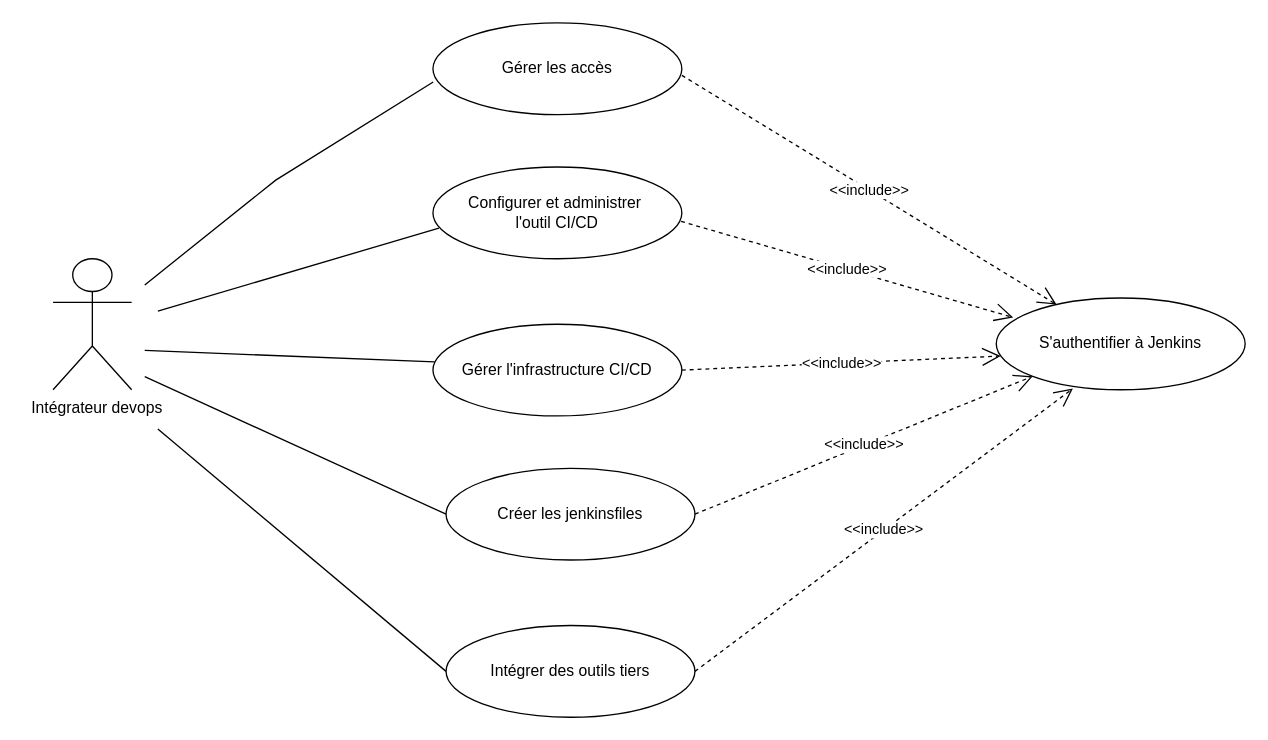
Earlier version of the draw.io diagram page "Page-4" (11 of 13) of Diagramme sans nom.drawio (EmiraDga/CanvasAnimation). Source tidied: cells renumbered, new cells numbered last; positions are measured from the earlier drawing's top-left corner, leaving out a move shared by most shapes. Both pictures are drawn from the tidied source at 131%, with x=0, y=0 at pixel (52, 22).
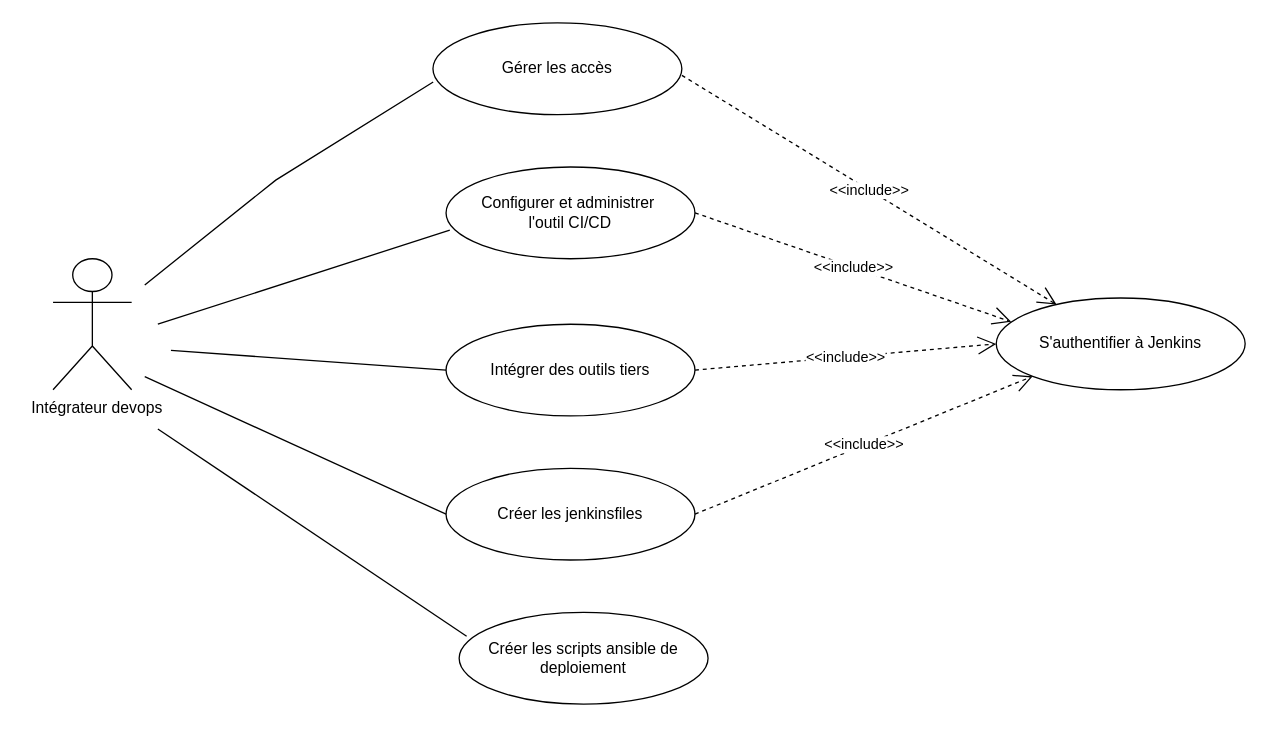
Above is the later version.

The change refers to these unchanged cells:
```xml
<mxCell id="5" value="Créer les jenkinsfiles" style="ellipse;whiteSpace=wrap;html=1;" parent="1" vertex="1">
  <mxGeometry x="300" y="340" width="190" height="70" as="geometry" />
</mxCell>
<mxCell id="6" value="Gérer les accès" style="ellipse;whiteSpace=wrap;html=1;" parent="1" vertex="1">
  <mxGeometry x="290" width="190" height="70" as="geometry" />
</mxCell>
<mxCell id="8" value="S'authentifier à Jenkins" style="ellipse;whiteSpace=wrap;html=1;" parent="1" vertex="1">
  <mxGeometry x="720" y="210" width="190" height="70" as="geometry" />
</mxCell>
```

The edit, as a diff of the source:
```diff
@@
-    <mxCell id="3" value="Gérer l'infrastructure CI/CD" style="ellipse;whiteSpace=wrap;html=1;" parent="1" vertex="1">
-      <mxGeometry x="290" y="230" width="190" height="70" as="geometry" />
+    <mxCell id="3" value="Créer les scripts ansible de deploiement" style="ellipse;whiteSpace=wrap;html=1;" parent="1" vertex="1">
+      <mxGeometry x="310" y="450" width="190" height="70" as="geometry" />
     </mxCell>
     <mxCell id="4" value="&lt;div&gt;Configurer et administrer&amp;nbsp;&lt;/div&gt;&lt;div&gt;l'outil CI/CD&lt;/div&gt;" style="ellipse;whiteSpace=wrap;html=1;" parent="1" vertex="1">
-      <mxGeometry x="290" y="110" width="190" height="70" as="geometry" />
+      <mxGeometry x="300" y="110" width="190" height="70" as="geometry" />
     </mxCell>
@@
     <mxCell id="7" value="Intégrer des outils tiers" style="ellipse;whiteSpace=wrap;html=1;" parent="1" vertex="1">
-      <mxGeometry x="300" y="460" width="190" height="70" as="geometry" />
+      <mxGeometry x="300" y="230" width="190" height="70" as="geometry" />
     </mxCell>
@@
+    <mxCell id="12" value="&amp;lt;&amp;lt;include&amp;gt;&amp;gt;" style="endArrow=open;endSize=12;dashed=1;html=1;rounded=0;exitX=1;exitY=0.5;exitDx=0;exitDy=0;entryX=0;entryY=1;entryDx=0;entryDy=0;" parent="1" edge="1" source="5" target="8">
+      <mxGeometry relative="1" as="geometry" />
+    </mxCell>
+    <mxCell id="14" style="endArrow=none;html=1;rounded=0;entryX=0.001;entryY=0.644;entryDx=0;entryDy=0;entryPerimeter=0;" parent="1" edge="1" target="6">
+      <mxGeometry relative="1" as="geometry">
+        <mxPoint x="70" y="200" as="sourcePoint" />
+        <Array as="points">
+          <mxPoint x="170" y="120" />
+        </Array>
+      </mxGeometry>
+    </mxCell>
+    <mxCell id="17" style="endArrow=none;html=1;rounded=0;entryX=0;entryY=0.5;entryDx=0;entryDy=0;" parent="1" edge="1" target="5">
+      <mxGeometry relative="1" as="geometry">
+        <mxPoint x="70" y="270" as="sourcePoint" />
+      </mxGeometry>
+    </mxCell>
+    <mxCell id="19" style="endArrow=none;html=1;rounded=0;entryX=0.015;entryY=0.688;entryDx=0;entryDy=0;entryPerimeter=0;" parent="1" edge="1" target="4">
+      <mxGeometry relative="1" as="geometry">
+        <mxPoint x="80" y="230" as="sourcePoint" />
+      </mxGeometry>
+    </mxCell>
+    <mxCell id="20" style="endArrow=none;html=1;rounded=0;entryX=0;entryY=0.5;entryDx=0;entryDy=0;" parent="1" edge="1" target="7">
+      <mxGeometry relative="1" as="geometry">
+        <mxPoint x="90" y="250" as="sourcePoint" />
+      </mxGeometry>
+    </mxCell>
-    <mxCell id="10" value="&amp;lt;&amp;lt;include&amp;gt;&amp;gt;" style="endArrow=open;endSize=12;dashed=1;html=1;rounded=0;exitX=0.997;exitY=0.593;exitDx=0;exitDy=0;exitPerimeter=0;entryX=0.068;entryY=0.212;entryDx=0;entryDy=0;entryPerimeter=0;" parent="1" edge="1" source="4" target="8">
+    <mxCell id="10" value="&amp;lt;&amp;lt;include&amp;gt;&amp;gt;" style="endArrow=open;endSize=12;dashed=1;html=1;rounded=0;exitX=1;exitY=0.5;exitDx=0;exitDy=0;entryX=0.06;entryY=0.259;entryDx=0;entryDy=0;entryPerimeter=0;" parent="1" edge="1" source="4" target="8">
       <mxGeometry relative="1" as="geometry" />
     </mxCell>
-    <mxCell id="11" value="&amp;lt;&amp;lt;include&amp;gt;&amp;gt;" style="endArrow=open;endSize=12;dashed=1;html=1;rounded=0;exitX=1;exitY=0.5;exitDx=0;exitDy=0;entryX=0.018;entryY=0.633;entryDx=0;entryDy=0;entryPerimeter=0;" parent="1" edge="1" source="3" target="8">
-      <mxGeometry relative="1" as="geometry" />
-    </mxCell>
-    <mxCell id="12" value="&amp;lt;&amp;lt;include&amp;gt;&amp;gt;" style="endArrow=open;endSize=12;dashed=1;html=1;rounded=0;exitX=1;exitY=0.5;exitDx=0;exitDy=0;entryX=0;entryY=1;entryDx=0;entryDy=0;" parent="1" edge="1" source="5" target="8">
-      <mxGeometry relative="1" as="geometry" />
-    </mxCell>
-    <mxCell id="13" value="&amp;lt;&amp;lt;include&amp;gt;&amp;gt;" style="endArrow=open;endSize=12;dashed=1;html=1;rounded=0;exitX=1;exitY=0.5;exitDx=0;exitDy=0;entryX=0.308;entryY=0.987;entryDx=0;entryDy=0;entryPerimeter=0;" parent="1" edge="1" source="7" target="8">
+    <mxCell id="13" value="&amp;lt;&amp;lt;include&amp;gt;&amp;gt;" style="endArrow=open;endSize=12;dashed=1;html=1;rounded=0;exitX=1;exitY=0.5;exitDx=0;exitDy=0;entryX=0;entryY=0.5;entryDx=0;entryDy=0;" parent="1" edge="1" source="7" target="8">
       <mxGeometry relative="1" as="geometry" />
     </mxCell>
-    <mxCell id="14" style="endArrow=none;html=1;rounded=0;entryX=0.001;entryY=0.644;entryDx=0;entryDy=0;entryPerimeter=0;" parent="1" edge="1" target="6">
-      <mxGeometry relative="1" as="geometry">
-        <mxPoint x="70" y="200" as="sourcePoint" />
-        <Array as="points">
-          <mxPoint x="170" y="120" />
-        </Array>
-      </mxGeometry>
-    </mxCell>
-    <mxCell id="15" style="endArrow=none;html=1;rounded=0;entryX=0.024;entryY=0.666;entryDx=0;entryDy=0;entryPerimeter=0;" parent="1" edge="1" target="4">
-      <mxGeometry relative="1" as="geometry">
-        <mxPoint x="80" y="220" as="sourcePoint" />
-      </mxGeometry>
-    </mxCell>
-    <mxCell id="16" style="endArrow=none;html=1;rounded=0;entryX=0.007;entryY=0.411;entryDx=0;entryDy=0;entryPerimeter=0;" parent="1" edge="1" target="3">
-      <mxGeometry relative="1" as="geometry">
-        <mxPoint x="70" y="250" as="sourcePoint" />
-      </mxGeometry>
-    </mxCell>
-    <mxCell id="17" style="endArrow=none;html=1;rounded=0;entryX=0;entryY=0.5;entryDx=0;entryDy=0;" parent="1" edge="1" target="5">
-      <mxGeometry relative="1" as="geometry">
-        <mxPoint x="70" y="270" as="sourcePoint" />
-      </mxGeometry>
-    </mxCell>
-    <mxCell id="18" style="endArrow=none;html=1;rounded=0;entryX=0;entryY=0.5;entryDx=0;entryDy=0;" parent="1" edge="1" target="7">
-      <mxGeometry relative="1" as="geometry">
-        <mxPoint x="80" y="310" as="sourcePoint" />
-      </mxGeometry>
-    </mxCell>
+    <mxCell id="21" style="endArrow=none;html=1;rounded=0;entryX=0.03;entryY=0.259;entryDx=0;entryDy=0;entryPerimeter=0;" parent="1" edge="1" target="3">
+      <mxGeometry relative="1" as="geometry">
+        <mxPoint x="80" y="310" as="sourcePoint" />
+      </mxGeometry>
+    </mxCell>
```
